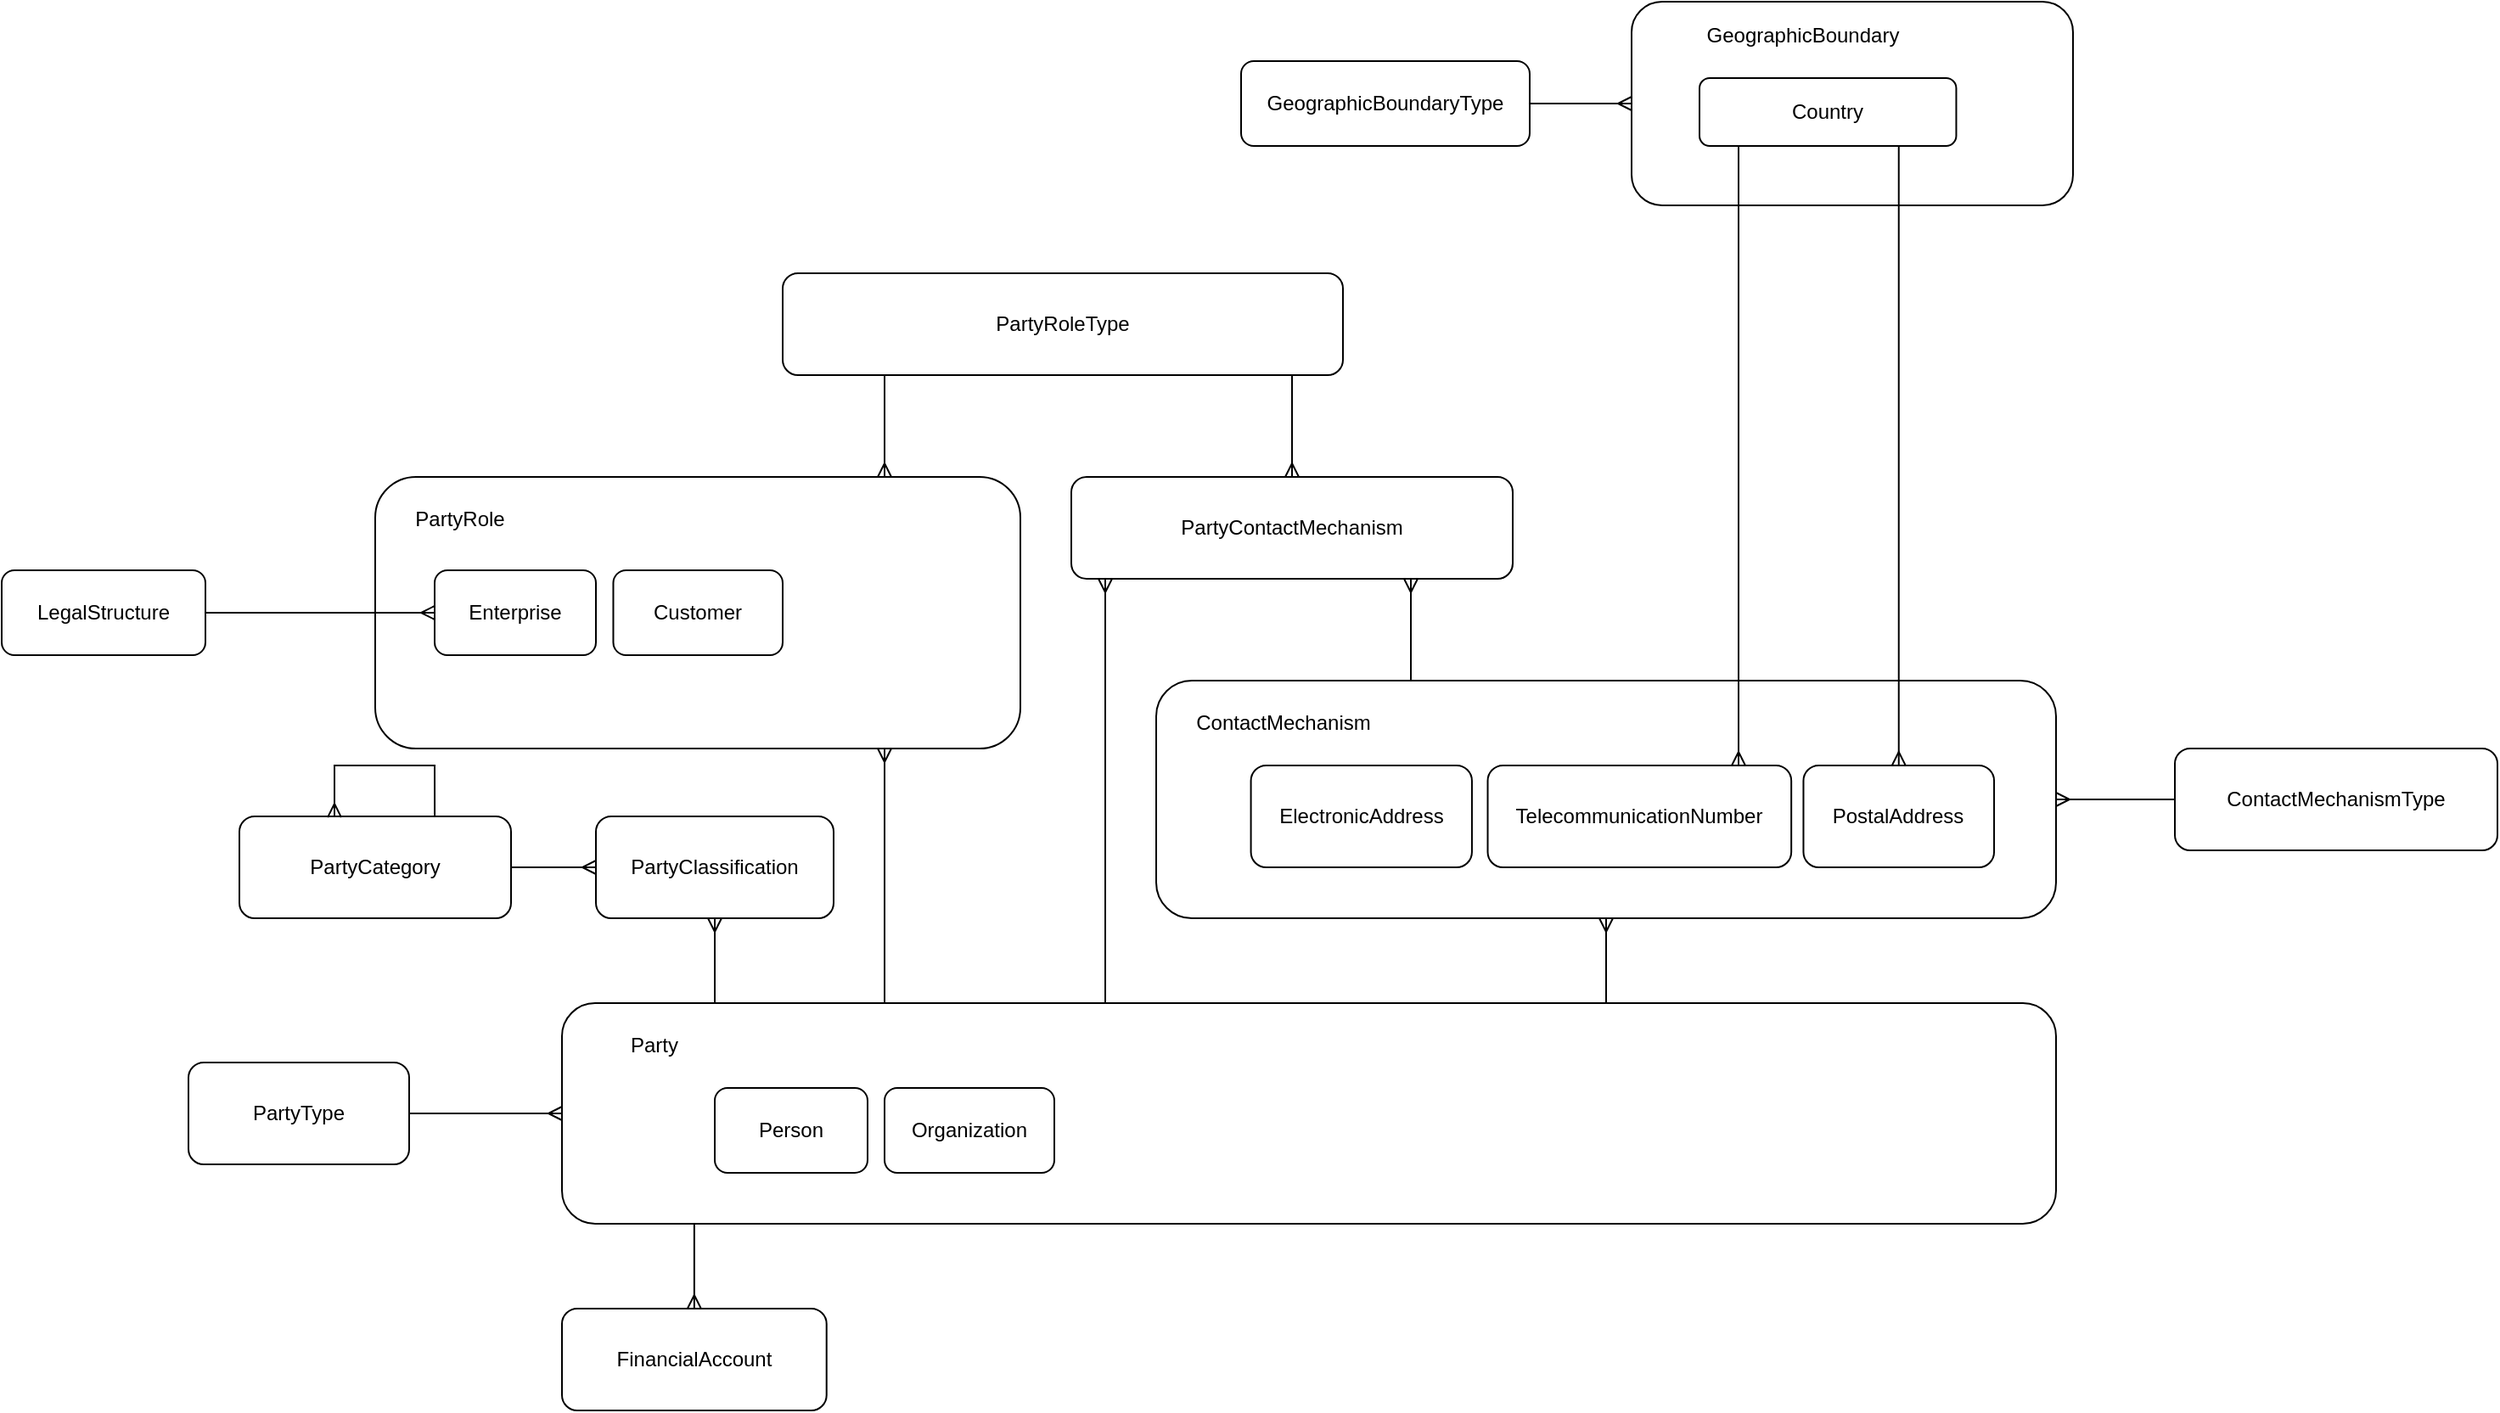
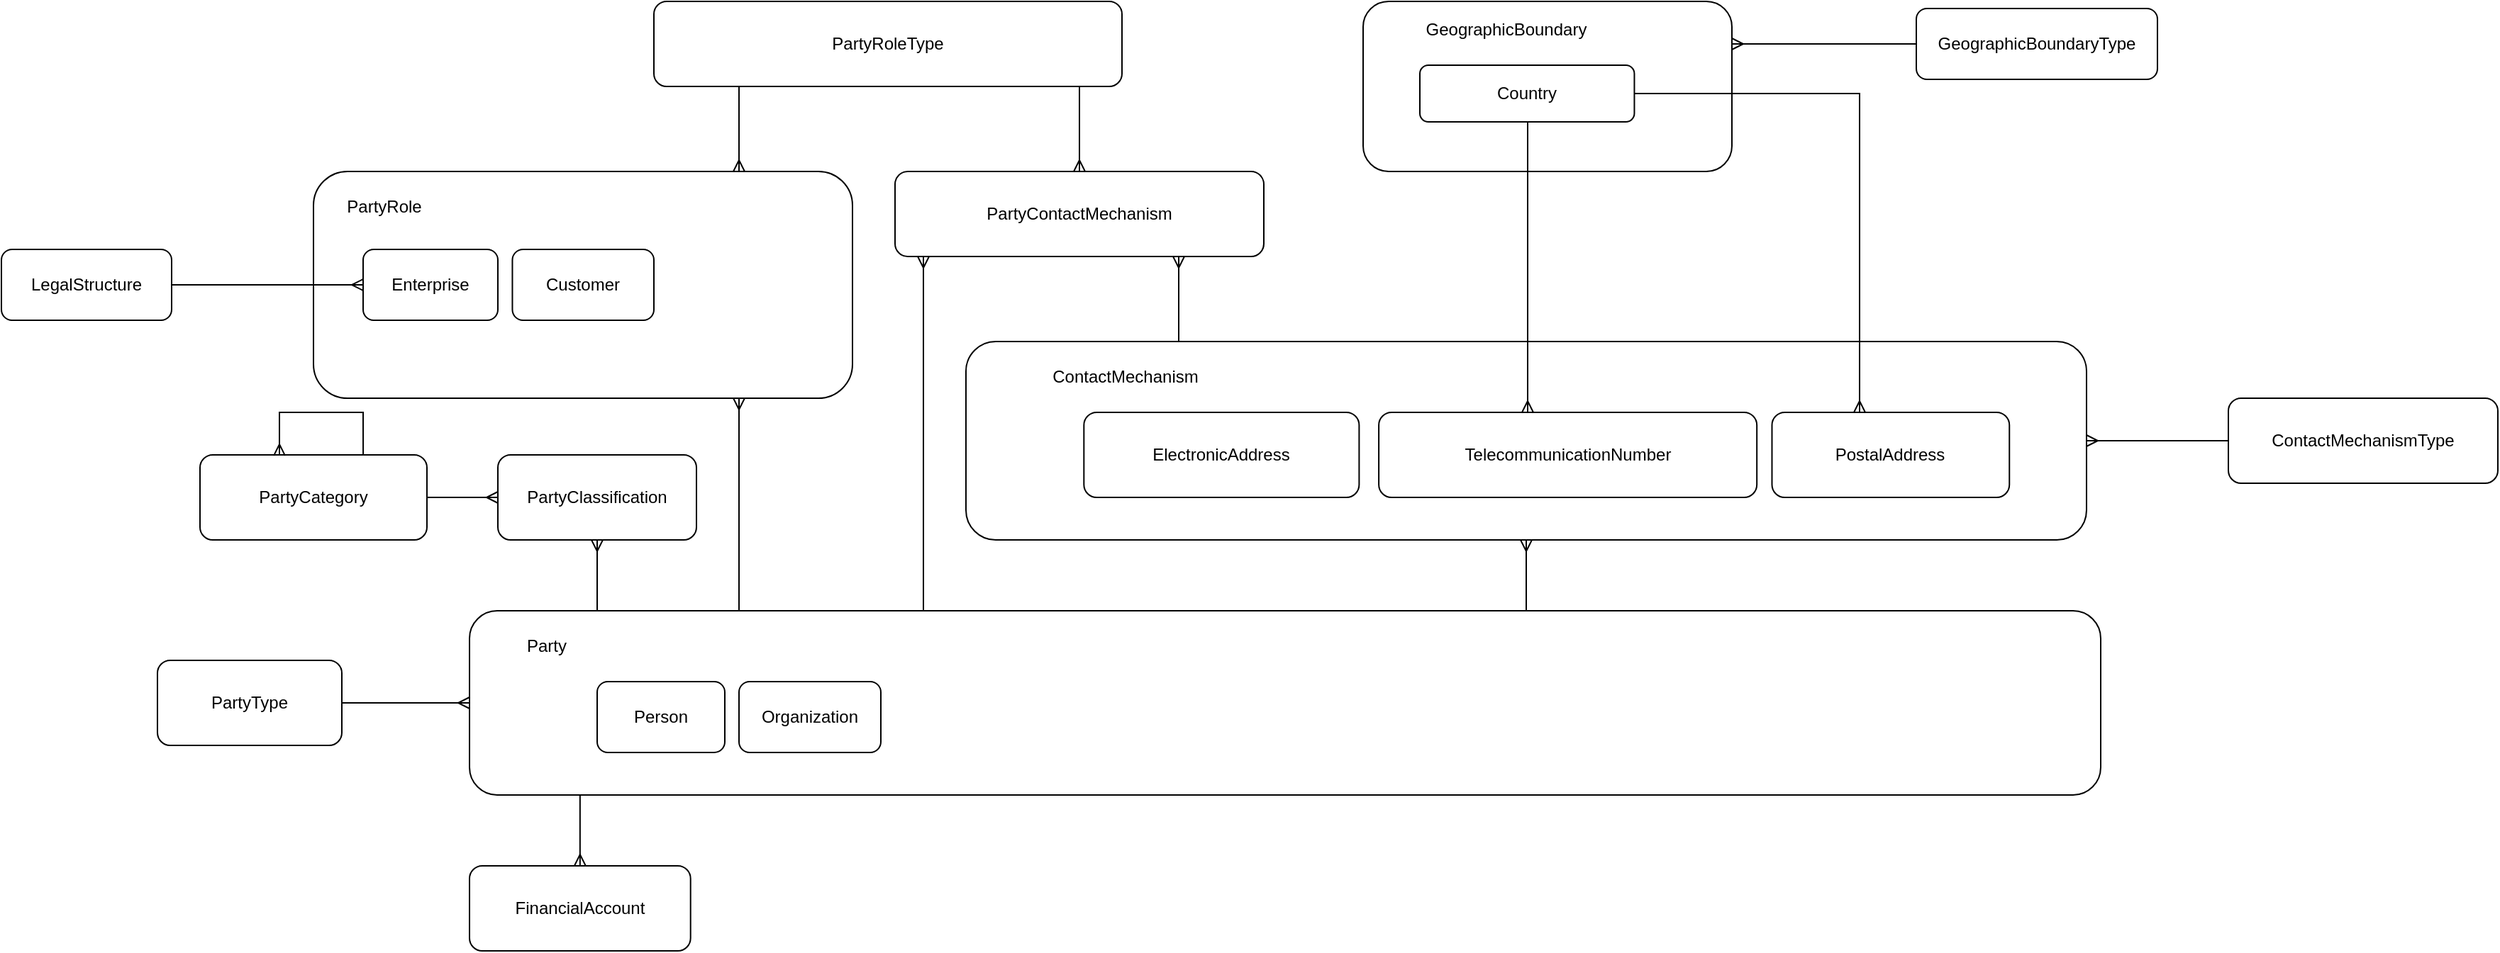
<mxfile host="app.diagrams.net" agent="Mozilla/5.0 (Windows NT 10.0; Win64; x64) AppleWebKit/537.36 (KHTML, like Gecko) Chrome/141.0.0.0 Safari/537.36" version="28.2.9">
  <diagram name="Page-1" id="d0nJ6Fx9cUZLMqGtfM0H">
-     <mxGraphModel dx="1947" dy="1755" grid="1" gridSize="10" guides="1" tooltips="1" connect="1" arrows="1" fold="1" page="1" pageScale="1" pageWidth="850" pageHeight="1100" math="0" shadow="0">
+     <mxGraphModel dx="2198" dy="1755" grid="1" gridSize="10" guides="1" tooltips="1" connect="1" arrows="1" fold="1" page="1" pageScale="1" pageWidth="850" pageHeight="1100" math="0" shadow="0">
      <root>
        <mxCell id="0" />
        <mxCell id="1" parent="0" />
        <mxCell id="tdPrWEJd15tEannaNgth-4" style="edgeStyle=orthogonalEdgeStyle;rounded=0;orthogonalLoop=1;jettySize=auto;html=1;startArrow=ERmany;startFill=0;endArrow=none;endFill=0;" edge="1" parent="1" source="tdPrWEJd15tEannaNgth-2" target="tdPrWEJd15tEannaNgth-3">
          <mxGeometry relative="1" as="geometry" />
        </mxCell>
        <mxCell id="tdPrWEJd15tEannaNgth-3" value="ContactMechanismType" style="rounded=1;whiteSpace=wrap;html=1;" vertex="1" parent="1">
-           <mxGeometry x="600" y="260" width="190" height="60" as="geometry" />
+           <mxGeometry x="890" y="260" width="190" height="60" as="geometry" />
        </mxCell>
        <mxCell id="tdPrWEJd15tEannaNgth-13" value="PartyRoleType" style="rounded=1;whiteSpace=wrap;html=1;" vertex="1" parent="1">
          <mxGeometry x="-220" y="-20" width="330" height="60" as="geometry" />
        </mxCell>
        <mxCell id="tdPrWEJd15tEannaNgth-14" style="edgeStyle=orthogonalEdgeStyle;rounded=0;orthogonalLoop=1;jettySize=auto;html=1;startArrow=ERmany;startFill=0;endArrow=none;endFill=0;" edge="1" parent="1" source="tdPrWEJd15tEannaNgth-15" target="tdPrWEJd15tEannaNgth-13">
          <mxGeometry relative="1" as="geometry">
            <mxPoint x="730" y="430" as="sourcePoint" />
            <mxPoint x="730" y="350" as="targetPoint" />
            <Array as="points">
              <mxPoint x="50" y="30" />
              <mxPoint x="50" y="30" />
            </Array>
          </mxGeometry>
        </mxCell>
        <mxCell id="tdPrWEJd15tEannaNgth-15" value="PartyContactMechanism" style="rounded=1;whiteSpace=wrap;html=1;" vertex="1" parent="1">
          <mxGeometry x="-50" y="100" width="260" height="60" as="geometry" />
        </mxCell>
        <mxCell id="tdPrWEJd15tEannaNgth-18" style="edgeStyle=orthogonalEdgeStyle;rounded=0;orthogonalLoop=1;jettySize=auto;html=1;startArrow=ERmany;startFill=0;endArrow=none;endFill=0;" edge="1" parent="1" source="tdPrWEJd15tEannaNgth-15">
          <mxGeometry relative="1" as="geometry">
            <mxPoint x="-30.00117647058829" y="130" as="sourcePoint" />
            <mxPoint x="-30.00117647058829" y="410" as="targetPoint" />
            <Array as="points">
              <mxPoint x="-30" y="210" />
              <mxPoint x="-30" y="210" />
            </Array>
          </mxGeometry>
        </mxCell>
        <mxCell id="tdPrWEJd15tEannaNgth-19" value="" style="group" vertex="1" connectable="0" parent="1">
-           <mxGeometry y="220" width="530" height="140" as="geometry" />
+           <mxGeometry y="220" width="790" height="140" as="geometry" />
        </mxCell>
        <mxCell id="tdPrWEJd15tEannaNgth-2" value="" style="rounded=1;whiteSpace=wrap;html=1;" vertex="1" parent="tdPrWEJd15tEannaNgth-19">
-           <mxGeometry width="530" height="140" as="geometry" />
+           <mxGeometry width="789.9999999999999" height="140" as="geometry" />
        </mxCell>
        <mxCell id="tdPrWEJd15tEannaNgth-5" value="ElectronicAddress" style="rounded=1;whiteSpace=wrap;html=1;" vertex="1" parent="tdPrWEJd15tEannaNgth-19">
-           <mxGeometry x="55.78947368421052" y="50" width="130.17543859649123" height="60" as="geometry" />
+           <mxGeometry x="83.1578947368421" y="50" width="194.03508771929825" height="60" as="geometry" />
        </mxCell>
        <mxCell id="tdPrWEJd15tEannaNgth-6" value="TelecommunicationNumber" style="rounded=1;whiteSpace=wrap;html=1;" vertex="1" parent="tdPrWEJd15tEannaNgth-19">
-           <mxGeometry x="195.26315789473682" y="50" width="178.81456140350878" height="60" as="geometry" />
+           <mxGeometry x="291.05263157894734" y="50" width="266.53491228070175" height="60" as="geometry" />
        </mxCell>
        <mxCell id="tdPrWEJd15tEannaNgth-7" value="ContactMechanism" style="text;html=1;whiteSpace=wrap;strokeColor=none;fillColor=none;align=center;verticalAlign=middle;rounded=0;" vertex="1" parent="tdPrWEJd15tEannaNgth-19">
-           <mxGeometry x="27.896882591093107" y="10" width="94.41295546558705" height="30" as="geometry" />
+           <mxGeometry x="41.582145748987834" y="10" width="140.72874493927125" height="30" as="geometry" />
        </mxCell>
        <mxCell id="tdPrWEJd15tEannaNgth-8" value="PostalAddress" style="rounded=1;whiteSpace=wrap;html=1;" vertex="1" parent="tdPrWEJd15tEannaNgth-19">
-           <mxGeometry x="381.2280701754386" y="50" width="112.29491228070175" height="60" as="geometry" />
+           <mxGeometry x="568.2456140350877" y="50" width="167.38298245614033" height="60" as="geometry" />
        </mxCell>
        <mxCell id="tdPrWEJd15tEannaNgth-20" style="edgeStyle=orthogonalEdgeStyle;rounded=0;orthogonalLoop=1;jettySize=auto;html=1;startArrow=ERmany;startFill=0;endArrow=none;endFill=0;" edge="1" parent="1" source="tdPrWEJd15tEannaNgth-15" target="tdPrWEJd15tEannaNgth-2">
          <mxGeometry relative="1" as="geometry">
            <mxPoint x="370" y="130" as="sourcePoint" />
            <mxPoint x="370" y="440" as="targetPoint" />
            <Array as="points">
              <mxPoint x="150" y="170" />
              <mxPoint x="150" y="170" />
            </Array>
          </mxGeometry>
        </mxCell>
        <mxCell id="tdPrWEJd15tEannaNgth-21" style="edgeStyle=orthogonalEdgeStyle;rounded=0;orthogonalLoop=1;jettySize=auto;html=1;startArrow=ERmany;startFill=0;endArrow=none;endFill=0;" edge="1" parent="1" source="tdPrWEJd15tEannaNgth-2" target="tdPrWEJd15tEannaNgth-1">
          <mxGeometry relative="1" as="geometry">
            <mxPoint x="240" y="400" as="sourcePoint" />
            <mxPoint x="240" y="470" as="targetPoint" />
            <Array as="points">
              <mxPoint x="305" y="420" />
              <mxPoint x="305" y="420" />
            </Array>
          </mxGeometry>
        </mxCell>
        <mxCell id="tdPrWEJd15tEannaNgth-22" value="LegalStructure" style="rounded=1;whiteSpace=wrap;html=1;" vertex="1" parent="1">
          <mxGeometry x="-680" y="155" width="120" height="50" as="geometry" />
        </mxCell>
        <mxCell id="tdPrWEJd15tEannaNgth-27" value="PartyClassification" style="rounded=1;whiteSpace=wrap;html=1;" vertex="1" parent="1">
          <mxGeometry x="-330" y="300" width="140" height="60" as="geometry" />
        </mxCell>
        <mxCell id="tdPrWEJd15tEannaNgth-28" value="PartyCategory" style="rounded=1;whiteSpace=wrap;html=1;" vertex="1" parent="1">
          <mxGeometry x="-540" y="300" width="160" height="60" as="geometry" />
        </mxCell>
        <mxCell id="tdPrWEJd15tEannaNgth-31" style="edgeStyle=orthogonalEdgeStyle;rounded=0;orthogonalLoop=1;jettySize=auto;html=1;startArrow=ERmany;startFill=0;endArrow=none;endFill=0;" edge="1" parent="1" source="tdPrWEJd15tEannaNgth-27" target="tdPrWEJd15tEannaNgth-1">
          <mxGeometry relative="1" as="geometry">
            <mxPoint x="-260" y="180" as="sourcePoint" />
            <mxPoint x="-260" y="250" as="targetPoint" />
            <Array as="points">
              <mxPoint x="-260" y="370" />
              <mxPoint x="-260" y="370" />
            </Array>
          </mxGeometry>
        </mxCell>
        <mxCell id="tdPrWEJd15tEannaNgth-32" style="edgeStyle=orthogonalEdgeStyle;rounded=0;orthogonalLoop=1;jettySize=auto;html=1;startArrow=ERmany;startFill=0;endArrow=none;endFill=0;" edge="1" parent="1" source="tdPrWEJd15tEannaNgth-27" target="tdPrWEJd15tEannaNgth-28">
          <mxGeometry relative="1" as="geometry">
            <mxPoint x="-230" y="210" as="sourcePoint" />
            <mxPoint x="-230" y="280" as="targetPoint" />
            <Array as="points" />
          </mxGeometry>
        </mxCell>
        <mxCell id="tdPrWEJd15tEannaNgth-33" style="edgeStyle=orthogonalEdgeStyle;rounded=0;orthogonalLoop=1;jettySize=auto;html=1;startArrow=ERmany;startFill=0;endArrow=none;endFill=0;exitX=0.35;exitY=0.009;exitDx=0;exitDy=0;exitPerimeter=0;entryX=0.719;entryY=0;entryDx=0;entryDy=0;entryPerimeter=0;" edge="1" parent="1" source="tdPrWEJd15tEannaNgth-28" target="tdPrWEJd15tEannaNgth-28">
          <mxGeometry relative="1" as="geometry">
            <mxPoint x="-485" y="290" as="sourcePoint" />
            <mxPoint x="-425" y="290" as="targetPoint" />
            <Array as="points">
              <mxPoint x="-484" y="270" />
              <mxPoint x="-425" y="270" />
            </Array>
          </mxGeometry>
        </mxCell>
        <mxCell id="tdPrWEJd15tEannaNgth-35" value="" style="rounded=1;whiteSpace=wrap;html=1;" vertex="1" parent="1">
          <mxGeometry x="-460" y="100" width="380" height="160" as="geometry" />
        </mxCell>
        <mxCell id="tdPrWEJd15tEannaNgth-37" style="edgeStyle=orthogonalEdgeStyle;rounded=0;orthogonalLoop=1;jettySize=auto;html=1;startArrow=ERmany;startFill=0;endArrow=none;endFill=0;" edge="1" parent="1" source="tdPrWEJd15tEannaNgth-35">
          <mxGeometry relative="1" as="geometry">
            <mxPoint x="-160" y="260.0000000000002" as="sourcePoint" />
            <mxPoint x="-160" y="410" as="targetPoint" />
            <Array as="points">
              <mxPoint x="-160" y="260" />
            </Array>
          </mxGeometry>
        </mxCell>
        <mxCell id="tdPrWEJd15tEannaNgth-38" style="edgeStyle=orthogonalEdgeStyle;rounded=0;orthogonalLoop=1;jettySize=auto;html=1;startArrow=ERmany;startFill=0;endArrow=none;endFill=0;" edge="1" parent="1" source="tdPrWEJd15tEannaNgth-35" target="tdPrWEJd15tEannaNgth-13">
          <mxGeometry relative="1" as="geometry">
            <mxPoint x="-150" y="170" as="sourcePoint" />
            <mxPoint x="-150" y="20" as="targetPoint" />
            <Array as="points">
              <mxPoint x="-160" y="60" />
              <mxPoint x="-160" y="60" />
            </Array>
          </mxGeometry>
        </mxCell>
        <mxCell id="tdPrWEJd15tEannaNgth-1" value="" style="rounded=1;whiteSpace=wrap;html=1;" vertex="1" parent="1">
-           <mxGeometry x="-350" y="410" width="880" height="130" as="geometry" />
+           <mxGeometry x="-350" y="410" width="1150" height="130" as="geometry" />
        </mxCell>
        <mxCell id="tdPrWEJd15tEannaNgth-9" value="Party" style="text;html=1;whiteSpace=wrap;strokeColor=none;fillColor=none;align=center;verticalAlign=middle;rounded=0;" vertex="1" parent="1">
          <mxGeometry x="-336.46153846153845" y="420" width="81.23076923076923" height="30" as="geometry" />
        </mxCell>
        <mxCell id="tdPrWEJd15tEannaNgth-17" value="Enterprise" style="rounded=1;whiteSpace=wrap;html=1;" vertex="1" parent="1">
          <mxGeometry x="-425" y="155" width="95" height="50" as="geometry" />
        </mxCell>
        <mxCell id="tdPrWEJd15tEannaNgth-40" value="PartyRole" style="text;html=1;whiteSpace=wrap;strokeColor=none;fillColor=none;align=center;verticalAlign=middle;rounded=0;" vertex="1" parent="1">
          <mxGeometry x="-440" y="110" width="60" height="30" as="geometry" />
        </mxCell>
        <mxCell id="tdPrWEJd15tEannaNgth-42" style="edgeStyle=orthogonalEdgeStyle;rounded=0;orthogonalLoop=1;jettySize=auto;html=1;startArrow=ERmany;startFill=0;endArrow=none;endFill=0;" edge="1" parent="1" source="tdPrWEJd15tEannaNgth-17" target="tdPrWEJd15tEannaNgth-22">
          <mxGeometry relative="1" as="geometry">
            <mxPoint x="-90" y="320" as="sourcePoint" />
            <mxPoint x="-90" y="480" as="targetPoint" />
            <Array as="points" />
          </mxGeometry>
        </mxCell>
        <mxCell id="tdPrWEJd15tEannaNgth-43" value="Customer" style="rounded=1;whiteSpace=wrap;html=1;" vertex="1" parent="1">
          <mxGeometry x="-319.77" y="155" width="99.77" height="50" as="geometry" />
        </mxCell>
        <mxCell id="tdPrWEJd15tEannaNgth-44" value="Person" style="rounded=1;whiteSpace=wrap;html=1;" vertex="1" parent="1">
          <mxGeometry x="-260" y="460" width="90" height="50" as="geometry" />
        </mxCell>
        <mxCell id="tdPrWEJd15tEannaNgth-45" value="Organization" style="rounded=1;whiteSpace=wrap;html=1;" vertex="1" parent="1">
          <mxGeometry x="-160" y="460" width="100" height="50" as="geometry" />
        </mxCell>
        <mxCell id="tdPrWEJd15tEannaNgth-46" value="FinancialAccount" style="rounded=1;whiteSpace=wrap;html=1;" vertex="1" parent="1">
          <mxGeometry x="-350" y="590" width="155.85" height="60" as="geometry" />
        </mxCell>
        <mxCell id="tdPrWEJd15tEannaNgth-47" style="edgeStyle=orthogonalEdgeStyle;rounded=0;orthogonalLoop=1;jettySize=auto;html=1;startArrow=ERmany;startFill=0;endArrow=none;endFill=0;" edge="1" parent="1" source="tdPrWEJd15tEannaNgth-46" target="tdPrWEJd15tEannaNgth-1">
          <mxGeometry relative="1" as="geometry">
            <mxPoint x="-80" y="670" as="sourcePoint" />
            <mxPoint x="-80" y="730" as="targetPoint" />
            <Array as="points">
              <mxPoint x="-278" y="610" />
              <mxPoint x="-278" y="610" />
            </Array>
          </mxGeometry>
        </mxCell>
-         <mxCell id="tdPrWEJd15tEannaNgth-48" value="" style="rounded=1;whiteSpace=wrap;html=1;" vertex="1" parent="1">
-           <mxGeometry x="280" y="-180" width="260" height="120" as="geometry" />
-         </mxCell>
-         <mxCell id="tdPrWEJd15tEannaNgth-49" value="GeographicBoundary" style="text;html=1;whiteSpace=wrap;strokeColor=none;fillColor=none;align=center;verticalAlign=middle;rounded=0;" vertex="1" parent="1">
-           <mxGeometry x="310" y="-175" width="142.07" height="30" as="geometry" />
-         </mxCell>
        <mxCell id="tdPrWEJd15tEannaNgth-50" value="GeographicBoundaryType" style="rounded=1;whiteSpace=wrap;html=1;" vertex="1" parent="1">
-           <mxGeometry x="50" y="-145" width="170" height="50" as="geometry" />
-         </mxCell>
-         <mxCell id="tdPrWEJd15tEannaNgth-51" value="Country" style="rounded=1;whiteSpace=wrap;html=1;" vertex="1" parent="1">
-           <mxGeometry x="320" y="-135" width="151.23" height="40" as="geometry" />
+           <mxGeometry x="670" y="-15" width="170" height="50" as="geometry" />
        </mxCell>
        <mxCell id="tdPrWEJd15tEannaNgth-52" style="edgeStyle=orthogonalEdgeStyle;rounded=0;orthogonalLoop=1;jettySize=auto;html=1;startArrow=ERmany;startFill=0;endArrow=none;endFill=0;" edge="1" parent="1" source="tdPrWEJd15tEannaNgth-48" target="tdPrWEJd15tEannaNgth-50">
          <mxGeometry relative="1" as="geometry">
            <mxPoint x="120" y="60" as="sourcePoint" />
            <mxPoint x="120" as="targetPoint" />
-             <Array as="points" />
-           </mxGeometry>
-         </mxCell>
-         <mxCell id="tdPrWEJd15tEannaNgth-53" style="edgeStyle=orthogonalEdgeStyle;rounded=0;orthogonalLoop=1;jettySize=auto;html=1;startArrow=ERmany;startFill=0;endArrow=none;endFill=0;" edge="1" parent="1" source="tdPrWEJd15tEannaNgth-8" target="tdPrWEJd15tEannaNgth-51">
-           <mxGeometry relative="1" as="geometry">
-             <mxPoint x="544" y="60" as="sourcePoint" />
-             <mxPoint x="460" y="60" as="targetPoint" />
-             <Array as="points">
-               <mxPoint x="440" y="-110" />
-             </Array>
-           </mxGeometry>
-         </mxCell>
-         <mxCell id="tdPrWEJd15tEannaNgth-54" style="edgeStyle=orthogonalEdgeStyle;rounded=0;orthogonalLoop=1;jettySize=auto;html=1;startArrow=ERmany;startFill=0;endArrow=none;endFill=0;" edge="1" parent="1" source="tdPrWEJd15tEannaNgth-6" target="tdPrWEJd15tEannaNgth-51">
-           <mxGeometry relative="1" as="geometry">
-             <mxPoint x="340" y="490" as="sourcePoint" />
-             <mxPoint x="340" y="125" as="targetPoint" />
-             <Array as="points">
-               <mxPoint x="343" y="190" />
-               <mxPoint x="343" y="190" />
+             <Array as="points">
+               <mxPoint x="600" y="10" />
+               <mxPoint x="600" y="10" />
            </Array>
          </mxGeometry>
        </mxCell>
        <mxCell id="tdPrWEJd15tEannaNgth-55" value="PartyType" style="rounded=1;whiteSpace=wrap;html=1;" vertex="1" parent="1">
          <mxGeometry x="-570" y="445" width="130" height="60" as="geometry" />
        </mxCell>
        <mxCell id="tdPrWEJd15tEannaNgth-56" style="edgeStyle=orthogonalEdgeStyle;rounded=0;orthogonalLoop=1;jettySize=auto;html=1;startArrow=ERmany;startFill=0;endArrow=none;endFill=0;" edge="1" parent="1" source="tdPrWEJd15tEannaNgth-1" target="tdPrWEJd15tEannaNgth-55">
          <mxGeometry relative="1" as="geometry">
            <mxPoint x="-275" y="470" as="sourcePoint" />
            <mxPoint x="-410" y="470" as="targetPoint" />
            <Array as="points" />
+           </mxGeometry>
+         </mxCell>
+         <mxCell id="tdPrWEJd15tEannaNgth-58" value="" style="group" vertex="1" connectable="0" parent="1">
+           <mxGeometry x="280" y="-20" width="260" height="120" as="geometry" />
+         </mxCell>
+         <mxCell id="tdPrWEJd15tEannaNgth-48" value="" style="rounded=1;whiteSpace=wrap;html=1;" vertex="1" parent="tdPrWEJd15tEannaNgth-58">
+           <mxGeometry width="260" height="120" as="geometry" />
+         </mxCell>
+         <mxCell id="tdPrWEJd15tEannaNgth-49" value="GeographicBoundary" style="text;html=1;whiteSpace=wrap;strokeColor=none;fillColor=none;align=center;verticalAlign=middle;rounded=0;" vertex="1" parent="tdPrWEJd15tEannaNgth-58">
+           <mxGeometry x="30" y="5" width="142.07" height="30" as="geometry" />
+         </mxCell>
+         <mxCell id="tdPrWEJd15tEannaNgth-51" value="Country" style="rounded=1;whiteSpace=wrap;html=1;" vertex="1" parent="tdPrWEJd15tEannaNgth-58">
+           <mxGeometry x="40" y="45" width="151.23" height="40" as="geometry" />
+         </mxCell>
+         <mxCell id="tdPrWEJd15tEannaNgth-59" style="edgeStyle=orthogonalEdgeStyle;rounded=0;orthogonalLoop=1;jettySize=auto;html=1;startArrow=ERmany;startFill=0;endArrow=none;endFill=0;" edge="1" parent="1" source="tdPrWEJd15tEannaNgth-6" target="tdPrWEJd15tEannaNgth-51">
+           <mxGeometry relative="1" as="geometry">
+             <mxPoint x="390" y="355" as="sourcePoint" />
+             <mxPoint x="390" y="150" as="targetPoint" />
+             <Array as="points">
+               <mxPoint x="396" y="210" />
+               <mxPoint x="396" y="210" />
+             </Array>
+           </mxGeometry>
+         </mxCell>
+         <mxCell id="tdPrWEJd15tEannaNgth-60" style="edgeStyle=orthogonalEdgeStyle;rounded=0;orthogonalLoop=1;jettySize=auto;html=1;startArrow=ERmany;startFill=0;endArrow=none;endFill=0;" edge="1" parent="1" source="tdPrWEJd15tEannaNgth-8" target="tdPrWEJd15tEannaNgth-51">
+           <mxGeometry relative="1" as="geometry">
+             <mxPoint x="821" y="350" as="sourcePoint" />
+             <mxPoint x="640" y="120" as="targetPoint" />
+             <Array as="points">
+               <mxPoint x="630" y="45" />
+             </Array>
          </mxGeometry>
        </mxCell>
      </root>
    </mxGraphModel>
  </diagram>
</mxfile>
